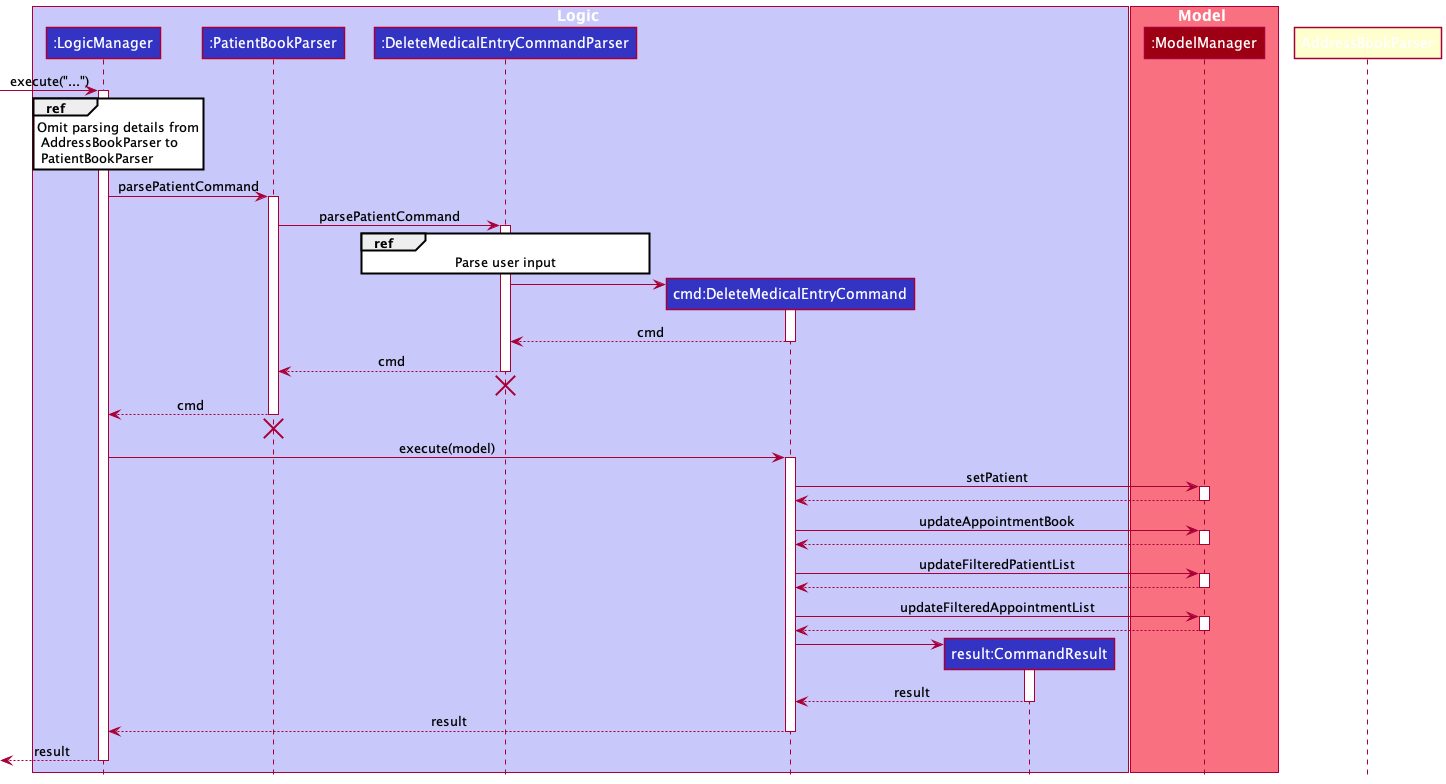
Before: docs/diagrams/DeleteMedicalEntryFeatureSequenceDiagram.png, a diagram exported from PlantUML (AY2122S1-CS2103-W14-1/tp).
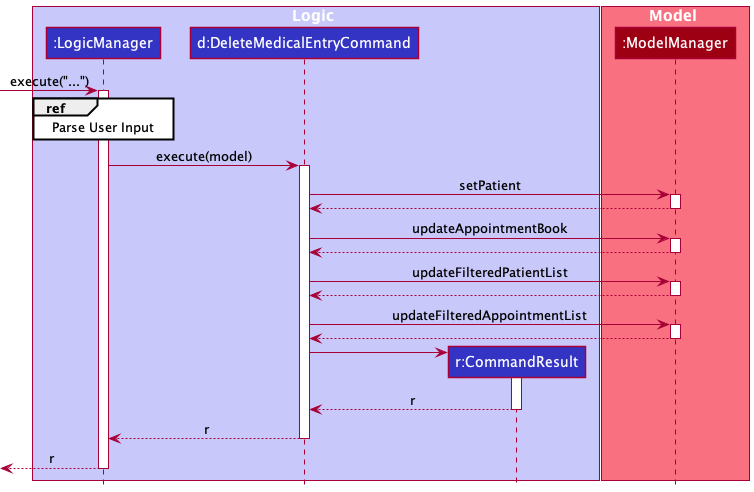
The same diagram one commit later.

What changed in the source:
```diff
@@ -3,11 +3,9 @@
 
 box Logic LOGIC_COLOR_T1
 participant ":LogicManager" as LogicManager LOGIC_COLOR
-participant ":PatientBookParser" as PatientBookParser LOGIC_COLOR
-participant ":DeleteMedicalEntryCommandParser" as DeleteMedicalEntryCommandParser LOGIC_COLOR
-participant "cmd:DeleteMedicalEntryCommand" as DeleteMedicalEntryCommand LOGIC_COLOR
+participant "d:DeleteMedicalEntryCommand" as DeleteMedicalEntryCommand LOGIC_COLOR
 participant ":ModelManager" as ModelManager MODEL_COLOR
-participant "result:CommandResult" as CommandResult LOGIC_COLOR
+participant "r:CommandResult" as CommandResult LOGIC_COLOR
 end box
 
 box Model MODEL_COLOR_T1
@@ -16,31 +14,7 @@
 
 [-> LogicManager : execute("...")
 activate LogicManager
-ref over LogicManager: Omit parsing details from\n AddressBookParser to\n PatientBookParser
-
-LogicManager -> PatientBookParser : parsePatientCommand
-activate PatientBookParser
-
-PatientBookParser -> DeleteMedicalEntryCommandParser : parsePatientCommand
-activate DeleteMedicalEntryCommandParser
-ref over DeleteMedicalEntryCommandParser: Parse user input
-
-create DeleteMedicalEntryCommand
-DeleteMedicalEntryCommandParser -> DeleteMedicalEntryCommand
-activate DeleteMedicalEntryCommand
-
-DeleteMedicalEntryCommand --> DeleteMedicalEntryCommandParser : cmd
-deactivate DeleteMedicalEntryCommand
-DeleteMedicalEntryCommandParser --> PatientBookParser : cmd
-deactivate DeleteMedicalEntryCommandParser
-DeleteMedicalEntryCommandParser -[hidden]-> AddressBookParser
-destroy DeleteMedicalEntryCommandParser
-
-PatientBookParser --> LogicManager : cmd
-deactivate PatientBookParser
-PatientBookParser -[hidden]-> AddressBookParser
-destroy PatientBookParser
-
+ref over LogicManager: Parse User Input
 LogicManager -> DeleteMedicalEntryCommand : execute(model)
 activate DeleteMedicalEntryCommand
 
@@ -68,12 +42,12 @@
 DeleteMedicalEntryCommand -> CommandResult
 activate CommandResult
 
-CommandResult --> DeleteMedicalEntryCommand : result
+CommandResult --> DeleteMedicalEntryCommand : r
 deactivate CommandResult
 
-DeleteMedicalEntryCommand --> LogicManager : result
+DeleteMedicalEntryCommand --> LogicManager : r
 deactivate DeleteMedicalEntryCommand
 
-[<--LogicManager : result
+[<--LogicManager : r
 deactivate LogicManager
 @enduml
```
